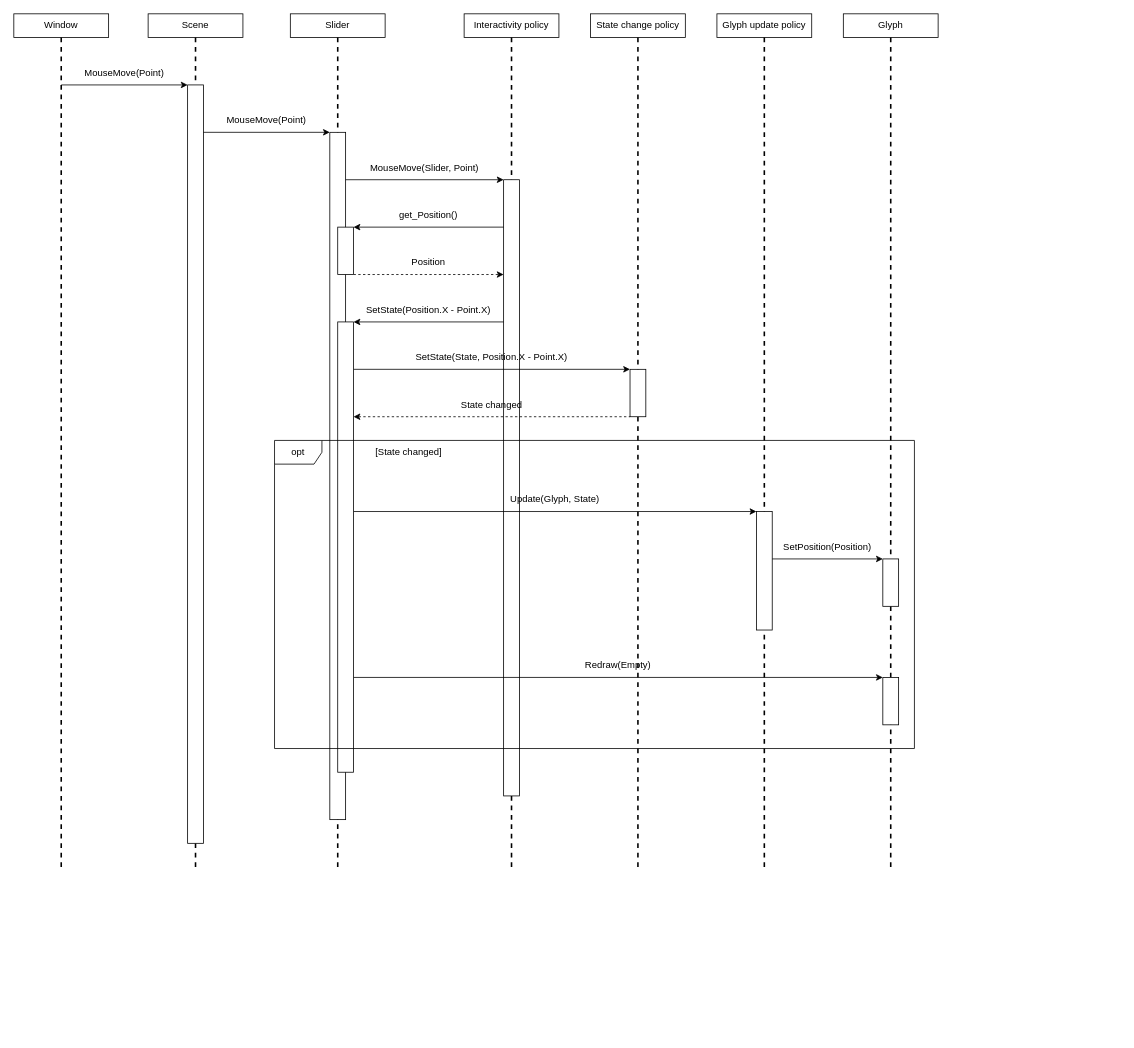
Above: doc/ui/slider_mouse_move.drawio in vitalii-samoilenko/voicemeeter-deskband (draw.io), before the change. Source tidied: cells renumbered, new cells numbered last; positions are measured from the earlier drawing's top-left corner, leaving out a move shared by most shapes. Both pictures are drawn from the tidied source at 79%, with x=0, y=0 at pixel (13, 13).
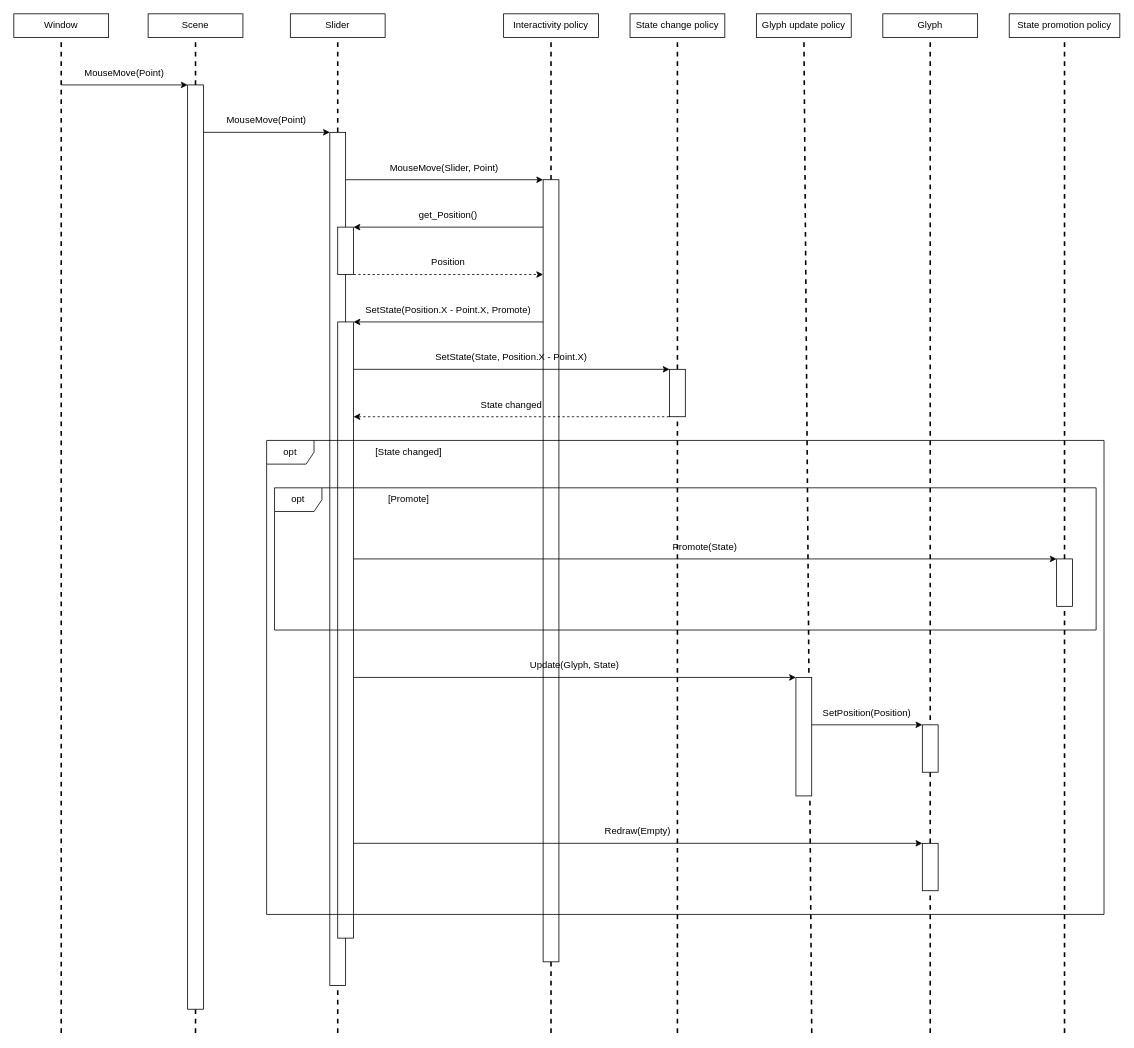
Above is the later version.

The change refers to these unchanged cells:
```xml
<mxCell id="2" value="Window" style="rounded=0;whiteSpace=wrap;html=1;" parent="1" vertex="1">
  <mxGeometry width="120" height="30" as="geometry" />
</mxCell>
<mxCell id="3" value="Scene" style="rounded=0;whiteSpace=wrap;html=1;" parent="1" vertex="1">
  <mxGeometry x="170" width="120" height="30" as="geometry" />
</mxCell>
<mxCell id="4" value="Slider" style="rounded=0;whiteSpace=wrap;html=1;" parent="1" vertex="1">
  <mxGeometry x="350" width="120" height="30" as="geometry" />
</mxCell>
```

The edit, as a diff of the source:
```diff
@@
+    <mxCell id="49" value="Promote(State)" style="text;html=1;align=center;verticalAlign=middle;whiteSpace=wrap;rounded=0;" parent="1" vertex="1">
+      <mxGeometry x="430" y="660" width="890" height="30" as="geometry" />
+    </mxCell>
@@
     <mxCell id="5" value="Interactivity policy" style="rounded=0;whiteSpace=wrap;html=1;" parent="1" vertex="1">
-      <mxGeometry x="570" width="120" height="30" as="geometry" />
+      <mxGeometry x="620" width="120" height="30" as="geometry" />
     </mxCell>
     <mxCell id="6" value="State change policy" style="rounded=0;whiteSpace=wrap;html=1;" parent="1" vertex="1">
-      <mxGeometry x="730" width="120" height="30" as="geometry" />
+      <mxGeometry x="780" width="120" height="30" as="geometry" />
     </mxCell>
     <mxCell id="7" value="Glyph update policy" style="rounded=0;whiteSpace=wrap;html=1;" parent="1" vertex="1">
-      <mxGeometry x="890" width="120" height="30" as="geometry" />
+      <mxGeometry x="940" width="120" height="30" as="geometry" />
     </mxCell>
     <mxCell id="8" value="Glyph" style="rounded=0;whiteSpace=wrap;html=1;" parent="1" vertex="1">
-      <mxGeometry x="1050" width="120" height="30" as="geometry" />
+      <mxGeometry x="1100" width="120" height="30" as="geometry" />
     </mxCell>
     <mxCell id="9" style="endArrow=none;dashed=1;html=1;strokeWidth=2;rounded=0;" parent="1" edge="1" target="2">
       <mxGeometry relative="1" as="geometry">
-        <mxPoint x="60" y="1080" as="sourcePoint" />
+        <mxPoint x="60" y="1290" as="sourcePoint" />
       </mxGeometry>
     </mxCell>
     <mxCell id="10" style="endArrow=none;dashed=1;html=1;strokeWidth=2;rounded=0;" parent="1" edge="1" target="3">
       <mxGeometry relative="1" as="geometry">
-        <mxPoint x="230" y="1080" as="sourcePoint" />
+        <mxPoint x="230" y="1290" as="sourcePoint" />
       </mxGeometry>
     </mxCell>
     <mxCell id="11" style="endArrow=none;dashed=1;html=1;strokeWidth=2;rounded=0;" parent="1" edge="1" target="4">
       <mxGeometry relative="1" as="geometry">
-        <mxPoint x="410" y="1080" as="sourcePoint" />
+        <mxPoint x="410" y="1290" as="sourcePoint" />
       </mxGeometry>
     </mxCell>
     <mxCell id="12" style="endArrow=none;dashed=1;html=1;strokeWidth=2;rounded=0;" parent="1" edge="1" target="5">
       <mxGeometry relative="1" as="geometry">
-        <mxPoint x="630" y="1080" as="sourcePoint" />
+        <mxPoint x="680" y="1290" as="sourcePoint" />
       </mxGeometry>
     </mxCell>
     <mxCell id="13" style="endArrow=none;dashed=1;html=1;strokeWidth=2;rounded=0;" parent="1" edge="1" target="6">
       <mxGeometry relative="1" as="geometry">
-        <mxPoint x="790" y="1080" as="sourcePoint" />
+        <mxPoint x="840" y="1290" as="sourcePoint" />
       </mxGeometry>
     </mxCell>
     <mxCell id="14" style="endArrow=none;dashed=1;html=1;strokeWidth=2;rounded=0;" parent="1" edge="1" target="7">
       <mxGeometry relative="1" as="geometry">
-        <mxPoint x="950" y="1080" as="sourcePoint" />
+        <mxPoint x="1010" y="1290" as="sourcePoint" />
       </mxGeometry>
     </mxCell>
     <mxCell id="15" style="endArrow=none;dashed=1;html=1;strokeWidth=2;rounded=0;" parent="1" edge="1" target="8">
       <mxGeometry relative="1" as="geometry">
-        <mxPoint x="1110" y="1080" as="sourcePoint" />
+        <mxPoint x="1160" y="1290" as="sourcePoint" />
       </mxGeometry>
     </mxCell>
@@
     <mxCell id="17" style="rounded=0;whiteSpace=wrap;html=1;" parent="1" vertex="1">
-      <mxGeometry x="220" y="90" width="20" height="960" as="geometry" />
+      <mxGeometry x="220" y="90" width="20" height="1170" as="geometry" />
     </mxCell>
@@
     <mxCell id="19" style="rounded=0;whiteSpace=wrap;html=1;" parent="1" vertex="1">
-      <mxGeometry x="400" y="150" width="20" height="870" as="geometry" />
+      <mxGeometry x="400" y="150" width="20" height="1080" as="geometry" />
     </mxCell>
     <mxCell id="20" style="rounded=0;whiteSpace=wrap;html=1;" parent="1" vertex="1">
-      <mxGeometry x="620" y="210" width="20" height="780" as="geometry" />
+      <mxGeometry x="670" y="210" width="20" height="990" as="geometry" />
     </mxCell>
@@
     <mxCell id="22" value="MouseMove(Slider, Point)" style="text;html=1;align=center;verticalAlign=middle;whiteSpace=wrap;rounded=0;" parent="1" vertex="1">
-      <mxGeometry x="420" y="180" width="200" height="30" as="geometry" />
+      <mxGeometry x="420" y="180" width="250" height="30" as="geometry" />
     </mxCell>
@@
     <mxCell id="24" value="get_Position()" style="text;html=1;align=center;verticalAlign=middle;whiteSpace=wrap;rounded=0;" parent="1" vertex="1">
-      <mxGeometry x="430" y="240" width="190" height="30" as="geometry" />
+      <mxGeometry x="430" y="240" width="240" height="30" as="geometry" />
     </mxCell>
     <mxCell id="25" style="rounded=0;whiteSpace=wrap;html=1;" parent="1" vertex="1">
-      <mxGeometry x="780" y="450" width="20" height="60" as="geometry" />
+      <mxGeometry x="830" y="450" width="20" height="60" as="geometry" />
     </mxCell>
@@
     <mxCell id="27" value="SetState(State, Position.X - Point.X)" style="text;html=1;align=center;verticalAlign=middle;whiteSpace=wrap;rounded=0;" parent="1" vertex="1">
-      <mxGeometry x="430" y="420" width="350" height="30" as="geometry" />
+      <mxGeometry x="430" y="420" width="400" height="30" as="geometry" />
     </mxCell>
@@
     <mxCell id="29" value="State changed" style="text;html=1;align=center;verticalAlign=middle;whiteSpace=wrap;rounded=0;" parent="1" vertex="1">
-      <mxGeometry x="430" y="480" width="350" height="30" as="geometry" />
+      <mxGeometry x="430" y="480" width="400" height="30" as="geometry" />
     </mxCell>
@@
     <mxCell id="31" style="rounded=0;whiteSpace=wrap;html=1;" parent="1" vertex="1">
-      <mxGeometry x="940" y="630" width="20" height="150" as="geometry" />
+      <mxGeometry x="990" y="840" width="20" height="150" as="geometry" />
     </mxCell>
@@
     <mxCell id="33" value="Update(Glyph, State)" style="text;html=1;align=center;verticalAlign=middle;whiteSpace=wrap;rounded=0;" parent="1" vertex="1">
-      <mxGeometry x="430" y="600" width="510" height="30" as="geometry" />
+      <mxGeometry x="430" y="810" width="560" height="30" as="geometry" />
     </mxCell>
     <mxCell id="34" style="endArrow=classic;html=1;rounded=0;exitX=0;exitY=1;exitDx=0;exitDy=0;entryX=0;entryY=0;entryDx=0;entryDy=0;" parent="1" edge="1" source="35">
       <mxGeometry relative="1" as="geometry">
-        <mxPoint x="1100" y="690" as="targetPoint" />
+        <mxPoint x="1150" y="900" as="targetPoint" />
       </mxGeometry>
     </mxCell>
     <mxCell id="35" value="SetPosition(Position)" style="text;html=1;align=center;verticalAlign=middle;whiteSpace=wrap;rounded=0;" parent="1" vertex="1">
-      <mxGeometry x="960" y="660" width="140" height="30" as="geometry" />
+      <mxGeometry x="1010" y="870" width="140" height="30" as="geometry" />
     </mxCell>
     <mxCell id="36" style="rounded=0;whiteSpace=wrap;html=1;" parent="1" vertex="1">
-      <mxGeometry x="1100" y="690" width="20" height="60" as="geometry" />
+      <mxGeometry x="1150" y="900" width="20" height="60" as="geometry" />
     </mxCell>
@@
     <mxCell id="38" value="Redraw(Empty)" style="text;html=1;align=center;verticalAlign=middle;whiteSpace=wrap;rounded=0;" parent="1" vertex="1">
-      <mxGeometry x="430" y="810" width="670" height="30" as="geometry" />
+      <mxGeometry x="430" y="1020" width="720" height="30" as="geometry" />
     </mxCell>
     <mxCell id="39" style="rounded=0;whiteSpace=wrap;html=1;" parent="1" vertex="1">
-      <mxGeometry x="1100" y="840" width="20" height="60" as="geometry" />
+      <mxGeometry x="1150" y="1050" width="20" height="60" as="geometry" />
     </mxCell>
@@
     <mxCell id="44" value="Position" style="text;html=1;align=center;verticalAlign=middle;whiteSpace=wrap;rounded=0;" parent="1" vertex="1">
-      <mxGeometry x="430" y="300" width="190" height="30" as="geometry" />
+      <mxGeometry x="430" y="300" width="240" height="30" as="geometry" />
     </mxCell>
@@
-    <mxCell id="46" value="SetState(Position.X - Point.X)" style="text;html=1;align=center;verticalAlign=middle;whiteSpace=wrap;rounded=0;" parent="1" vertex="1">
-      <mxGeometry x="430" y="360" width="190" height="30" as="geometry" />
+    <mxCell id="46" value="SetState(Position.X - Point.X, Promote)" style="text;html=1;align=center;verticalAlign=middle;whiteSpace=wrap;rounded=0;" parent="1" vertex="1">
+      <mxGeometry x="430" y="360" width="240" height="30" as="geometry" />
     </mxCell>
     <mxCell id="47" style="rounded=0;whiteSpace=wrap;html=1;" parent="1" vertex="1">
-      <mxGeometry x="410" y="390" width="20" height="570" as="geometry" />
+      <mxGeometry x="410" y="390" width="20" height="780" as="geometry" />
     </mxCell>
     <mxCell id="48" value="opt" style="shape=umlFrame;whiteSpace=wrap;html=1;" parent="1" vertex="1">
-      <mxGeometry x="330" y="540" width="810" height="390" as="geometry" />
+      <mxGeometry x="320" y="540" width="1060" height="600" as="geometry" />
     </mxCell>
+    <mxCell id="50" value="State promotion policy" style="rounded=0;whiteSpace=wrap;html=1;" parent="1" vertex="1">
+      <mxGeometry x="1260" width="140" height="30" as="geometry" />
+    </mxCell>
+    <mxCell id="51" style="endArrow=none;dashed=1;html=1;strokeWidth=2;rounded=0;" parent="1" edge="1" target="50">
+      <mxGeometry relative="1" as="geometry">
+        <mxPoint x="1330" y="690" as="sourcePoint" />
+      </mxGeometry>
+    </mxCell>
+    <mxCell id="52" style="endArrow=none;dashed=1;html=1;strokeWidth=2;rounded=0;" parent="1" edge="1" target="53">
+      <mxGeometry relative="1" as="geometry">
+        <mxPoint x="1330" y="1290" as="sourcePoint" />
+      </mxGeometry>
+    </mxCell>
+    <mxCell id="53" style="rounded=0;whiteSpace=wrap;html=1;" parent="1" vertex="1">
+      <mxGeometry x="1320" y="690" width="20" height="60" as="geometry" />
+    </mxCell>
+    <mxCell id="54" style="endArrow=classic;html=1;rounded=0;exitX=0;exitY=1;exitDx=0;exitDy=0;entryX=1;entryY=1;entryDx=0;entryDy=0;" parent="1" edge="1" source="49" target="49">
+      <mxGeometry relative="1" as="geometry" />
+    </mxCell>
+    <mxCell id="55" value="[Promote]" style="text;html=1;align=center;verticalAlign=middle;whiteSpace=wrap;rounded=0;fillColor=none;strokeColor=none;perimeterSpacing=0;shadow=0;glass=0;backgroundOutline=0;comic=0;fontSize=12;" parent="1" vertex="1">
+      <mxGeometry x="440" y="600" width="120" height="30" as="geometry" />
+    </mxCell>
+    <mxCell id="56" value="opt" style="shape=umlFrame;whiteSpace=wrap;html=1;" parent="1" vertex="1">
+      <mxGeometry x="330" y="600" width="1040" height="180" as="geometry" />
+    </mxCell>
```
